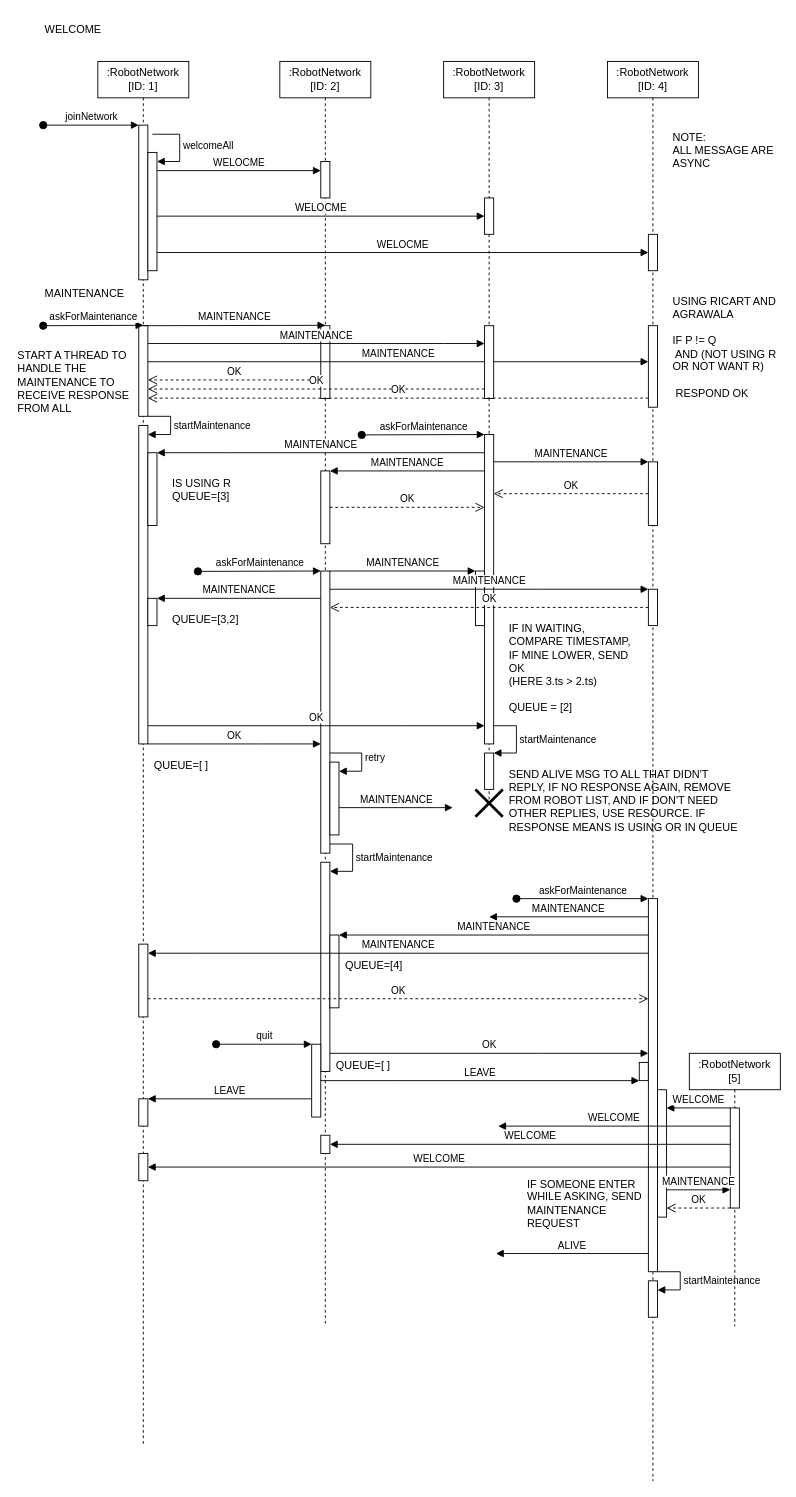
Above: network.drawio in tommasoromano/distributed-systems-project (draw.io), before the change. Source tidied: cells renumbered, new cells numbered last; positions are measured from the earlier drawing's top-left corner, leaving out a move shared by most shapes. Both pictures are drawn from the tidied source at 91%, with x=0, y=0 at pixel (15, 15).
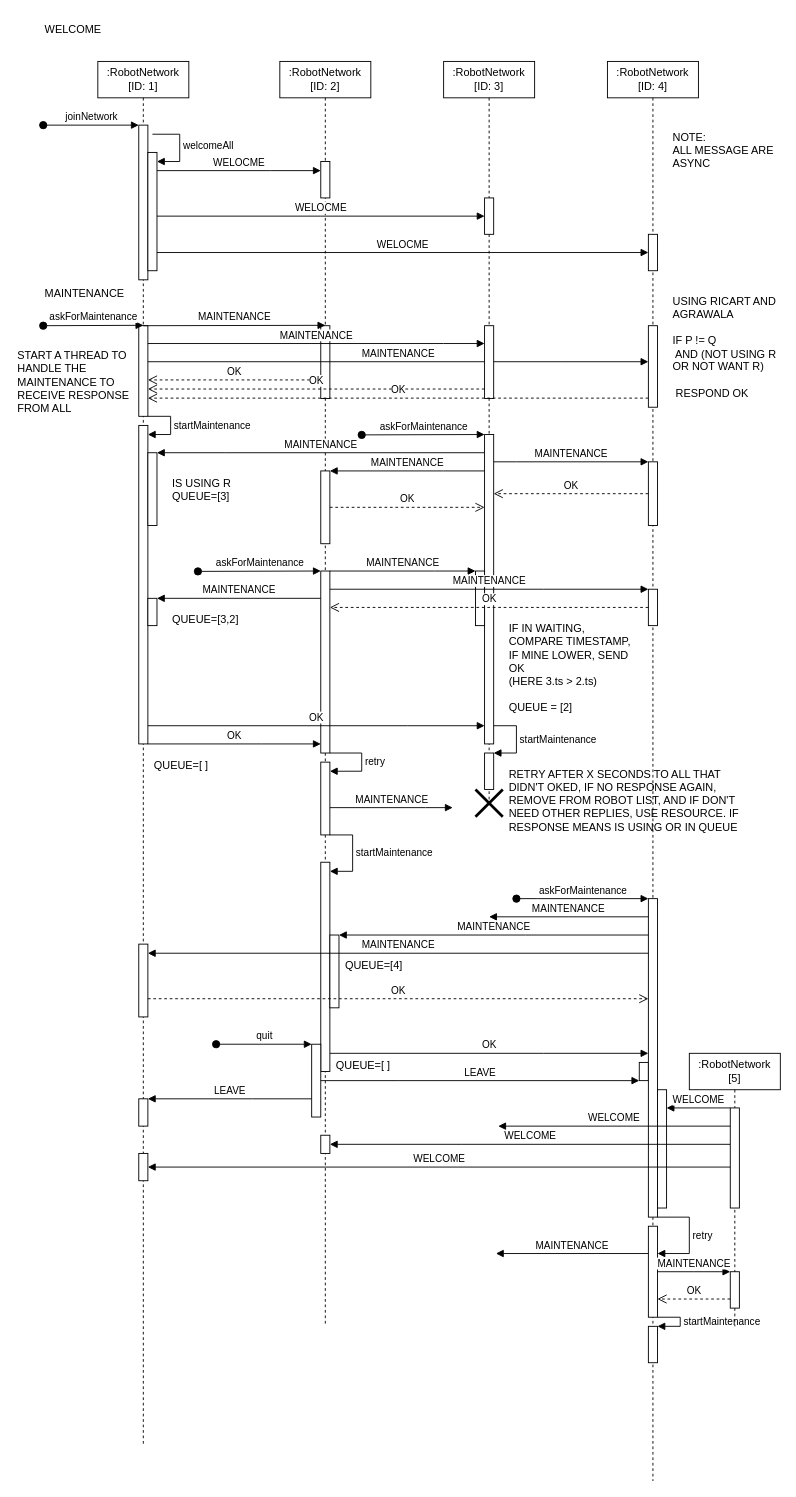
After the change.

Unchanged cells that the change refers to:
```xml
<mxCell id="15" value=":RobotNetwork&lt;br&gt;[ID: 2]" style="shape=umlLifeline;perimeter=lifelinePerimeter;whiteSpace=wrap;html=1;newEdgeStyle={&quot;edgeStyle&quot;:&quot;elbowEdgeStyle&quot;,&quot;elbow&quot;:&quot;vertical&quot;,&quot;curved&quot;:0,&quot;rounded&quot;:0};" parent="1" vertex="1">
  <mxGeometry x="290" y="50" width="100" height="1390" as="geometry" />
</mxCell>
<mxCell id="22" style="html=1;points=[];perimeter=orthogonalPerimeter;outlineConnect=0;targetShapes=umlLifeline;portConstraint=eastwest;newEdgeStyle={&quot;edgeStyle&quot;:&quot;elbowEdgeStyle&quot;,&quot;elbow&quot;:&quot;vertical&quot;,&quot;curved&quot;:0,&quot;rounded&quot;:0};" parent="15" vertex="1">
  <mxGeometry x="45" y="880" width="10" height="230" as="geometry" />
</mxCell>
<mxCell id="27" value=":RobotNetwork&lt;br&gt;[ID: 4]" style="shape=umlLifeline;perimeter=lifelinePerimeter;whiteSpace=wrap;html=1;newEdgeStyle={&quot;edgeStyle&quot;:&quot;elbowEdgeStyle&quot;,&quot;elbow&quot;:&quot;vertical&quot;,&quot;curved&quot;:0,&quot;rounded&quot;:0};" parent="1" vertex="1">
  <mxGeometry x="650" y="50" width="100" height="1560" as="geometry" />
</mxCell>
<mxCell id="89" value=":RobotNetwork&lt;br&gt;[5]" style="shape=umlLifeline;perimeter=lifelinePerimeter;whiteSpace=wrap;html=1;newEdgeStyle={&quot;edgeStyle&quot;:&quot;elbowEdgeStyle&quot;,&quot;elbow&quot;:&quot;vertical&quot;,&quot;curved&quot;:0,&quot;rounded&quot;:0};" parent="1" vertex="1">
  <mxGeometry x="740" y="1140" width="100" height="300" as="geometry" />
</mxCell>
<mxCell id="90" style="html=1;points=[];perimeter=orthogonalPerimeter;outlineConnect=0;targetShapes=umlLifeline;portConstraint=eastwest;newEdgeStyle={&quot;edgeStyle&quot;:&quot;elbowEdgeStyle&quot;,&quot;elbow&quot;:&quot;vertical&quot;,&quot;curved&quot;:0,&quot;rounded&quot;:0};" parent="89" vertex="1">
  <mxGeometry x="45" y="60" width="10" height="110" as="geometry" />
</mxCell>
```

What changed in the source:
```diff
@@
     <mxCell id="19" style="html=1;points=[];perimeter=orthogonalPerimeter;outlineConnect=0;targetShapes=umlLifeline;portConstraint=eastwest;newEdgeStyle={&quot;edgeStyle&quot;:&quot;elbowEdgeStyle&quot;,&quot;elbow&quot;:&quot;vertical&quot;,&quot;curved&quot;:0,&quot;rounded&quot;:0};" parent="15" vertex="1">
-      <mxGeometry x="45" y="560" width="10" height="310" as="geometry" />
+      <mxGeometry x="45" y="560" width="10" height="200" as="geometry" />
     </mxCell>
     <mxCell id="20" style="html=1;points=[];perimeter=orthogonalPerimeter;outlineConnect=0;targetShapes=umlLifeline;portConstraint=eastwest;newEdgeStyle={&quot;edgeStyle&quot;:&quot;elbowEdgeStyle&quot;,&quot;elbow&quot;:&quot;vertical&quot;,&quot;curved&quot;:0,&quot;rounded&quot;:0};" parent="15" vertex="1">
-      <mxGeometry x="55" y="770" width="10" height="80" as="geometry" />
+      <mxGeometry x="45" y="770" width="10" height="80" as="geometry" />
     </mxCell>
@@
-    <mxCell id="23" value="startMaintenance" style="html=1;align=left;spacingLeft=2;endArrow=block;rounded=0;edgeStyle=orthogonalEdgeStyle;curved=0;rounded=0;" parent="15" edge="1" source="19" target="22">
+    <mxCell id="23" value="startMaintenance" style="html=1;align=left;spacingLeft=2;endArrow=block;rounded=0;edgeStyle=orthogonalEdgeStyle;curved=0;rounded=0;" parent="15" edge="1" source="20" target="22">
       <mxGeometry relative="1" as="geometry">
         <Array as="points">
-          <mxPoint x="80" y="860" />
+          <mxPoint x="80" y="850" />
           <mxPoint x="80" y="890" />
         </Array>
       </mxGeometry>
     </mxCell>
@@
     <mxCell id="33" style="html=1;points=[];perimeter=orthogonalPerimeter;outlineConnect=0;targetShapes=umlLifeline;portConstraint=eastwest;newEdgeStyle={&quot;edgeStyle&quot;:&quot;elbowEdgeStyle&quot;,&quot;elbow&quot;:&quot;vertical&quot;,&quot;curved&quot;:0,&quot;rounded&quot;:0};" parent="27" vertex="1">
-      <mxGeometry x="45" y="920" width="10" height="410" as="geometry" />
+      <mxGeometry x="45" y="920" width="10" height="350" as="geometry" />
     </mxCell>
     <mxCell id="34" style="html=1;points=[];perimeter=orthogonalPerimeter;outlineConnect=0;targetShapes=umlLifeline;portConstraint=eastwest;newEdgeStyle={&quot;edgeStyle&quot;:&quot;elbowEdgeStyle&quot;,&quot;elbow&quot;:&quot;vertical&quot;,&quot;curved&quot;:0,&quot;rounded&quot;:0};" parent="27" vertex="1">
-      <mxGeometry x="55" y="1130" width="10" height="140" as="geometry" />
+      <mxGeometry x="55" y="1130" width="10" height="130" as="geometry" />
     </mxCell>
     <mxCell id="35" style="html=1;points=[];perimeter=orthogonalPerimeter;outlineConnect=0;targetShapes=umlLifeline;portConstraint=eastwest;newEdgeStyle={&quot;edgeStyle&quot;:&quot;elbowEdgeStyle&quot;,&quot;elbow&quot;:&quot;vertical&quot;,&quot;curved&quot;:0,&quot;rounded&quot;:0};" parent="27" vertex="1">
-      <mxGeometry x="45" y="1340" width="10" height="40" as="geometry" />
+      <mxGeometry x="45" y="1390" width="10" height="40" as="geometry" />
     </mxCell>
-    <mxCell id="36" value="startMaintenance" style="html=1;align=left;spacingLeft=2;endArrow=block;rounded=0;edgeStyle=orthogonalEdgeStyle;curved=0;rounded=0;" parent="27" edge="1" source="33" target="35">
+    <mxCell id="36" value="startMaintenance" style="html=1;align=left;spacingLeft=2;endArrow=block;rounded=0;edgeStyle=orthogonalEdgeStyle;curved=0;rounded=0;" parent="27" edge="1" source="101" target="35">
       <mxGeometry relative="1" as="geometry">
         <Array as="points">
-          <mxPoint x="80" y="1330" />
-          <mxPoint x="80" y="1350" />
+          <mxPoint x="80" y="1380" />
+          <mxPoint x="80" y="1390" />
         </Array>
       </mxGeometry>
     </mxCell>
+    <mxCell id="100" value="retry" style="html=1;align=left;spacingLeft=2;endArrow=block;rounded=0;edgeStyle=orthogonalEdgeStyle;curved=0;rounded=0;" parent="27" edge="1" source="33" target="101">
+      <mxGeometry relative="1" as="geometry">
+        <Array as="points">
+          <mxPoint x="90" y="1270" />
+          <mxPoint x="90" y="1310" />
+        </Array>
+      </mxGeometry>
+    </mxCell>
+    <mxCell id="101" style="html=1;points=[];perimeter=orthogonalPerimeter;outlineConnect=0;targetShapes=umlLifeline;portConstraint=eastwest;newEdgeStyle={&quot;edgeStyle&quot;:&quot;elbowEdgeStyle&quot;,&quot;elbow&quot;:&quot;vertical&quot;,&quot;curved&quot;:0,&quot;rounded&quot;:0};" parent="27" vertex="1">
+      <mxGeometry x="45" y="1280" width="10" height="100" as="geometry" />
+    </mxCell>
@@
-    <mxCell id="76" value="SEND ALIVE MSG TO ALL THAT DIDN'T REPLY, IF NO RESPONSE AGAIN, REMOVE FROM ROBOT LIST, AND IF DON'T NEED OTHER REPLIES, USE RESOURCE. IF RESPONSE MEANS IS USING OR IN QUEUE" style="text;html=1;strokeColor=none;fillColor=none;align=left;verticalAlign=top;whiteSpace=wrap;rounded=0;" parent="1" vertex="1">
+    <mxCell id="76" value="RETRY AFTER X SECONDS TO ALL THAT DIDN'T OKED, IF NO RESPONSE AGAIN, REMOVE FROM ROBOT LIST, AND IF DON'T NEED OTHER REPLIES, USE RESOURCE. IF RESPONSE MEANS IS USING OR IN QUEUE" style="text;html=1;strokeColor=none;fillColor=none;align=left;verticalAlign=top;whiteSpace=wrap;rounded=0;" parent="1" vertex="1">
       <mxGeometry x="540" y="820" width="260" height="90" as="geometry" />
     </mxCell>
@@
+    <mxCell id="102" style="html=1;points=[];perimeter=orthogonalPerimeter;outlineConnect=0;targetShapes=umlLifeline;portConstraint=eastwest;newEdgeStyle={&quot;edgeStyle&quot;:&quot;elbowEdgeStyle&quot;,&quot;elbow&quot;:&quot;vertical&quot;,&quot;curved&quot;:0,&quot;rounded&quot;:0};" parent="89" vertex="1">
+      <mxGeometry x="45" y="240" width="10" height="40" as="geometry" />
+    </mxCell>
-    <mxCell id="91" value="ALIVE" style="html=1;verticalAlign=bottom;endArrow=block;edgeStyle=elbowEdgeStyle;elbow=vertical;curved=0;rounded=0;" parent="1" edge="1" source="33">
+    <mxCell id="91" value="MAINTENANCE" style="html=1;verticalAlign=bottom;endArrow=block;edgeStyle=elbowEdgeStyle;elbow=vertical;curved=0;rounded=0;" parent="1" edge="1" source="101">
       <mxGeometry relative="1" as="geometry">
         <mxPoint x="527.5" y="1360" as="targetPoint" />
         <Array as="points">
           <mxPoint x="637.5" y="1360" />
           <mxPoint x="557.5" y="1350" />
         </Array>
       </mxGeometry>
     </mxCell>
@@
-    <mxCell id="96" value="IF SOMEONE ENTER WHILE ASKING, SEND MAINTENANCE REQUEST" style="text;html=1;strokeColor=none;fillColor=none;align=left;verticalAlign=top;whiteSpace=wrap;rounded=0;" parent="1" vertex="1">
-      <mxGeometry x="560" y="1270" width="150" height="90" as="geometry" />
-    </mxCell>
+    <mxCell id="99" value="QUEUE=[ ]" style="text;html=1;strokeColor=none;fillColor=none;align=left;verticalAlign=top;whiteSpace=wrap;rounded=0;" parent="1" vertex="1">
+      <mxGeometry x="350" y="1140" width="140" height="30" as="geometry" />
+    </mxCell>
-    <mxCell id="97" value="MAINTENANCE" style="html=1;verticalAlign=bottom;endArrow=block;edgeStyle=elbowEdgeStyle;elbow=vertical;curved=0;rounded=0;" parent="1" edge="1" source="34" target="90">
+    <mxCell id="97" value="MAINTENANCE" style="html=1;verticalAlign=bottom;endArrow=block;edgeStyle=elbowEdgeStyle;elbow=vertical;curved=0;rounded=0;" parent="1" edge="1" source="101" target="102">
       <mxGeometry relative="1" as="geometry">
         <Array as="points">
-          <mxPoint x="760" y="1290" />
+          <mxPoint x="745" y="1380" />
         </Array>
       </mxGeometry>
     </mxCell>
-    <mxCell id="98" value="OK" style="html=1;verticalAlign=bottom;endArrow=open;dashed=1;endSize=8;edgeStyle=elbowEdgeStyle;elbow=vertical;curved=0;rounded=0;" parent="1" edge="1" source="90" target="34">
+    <mxCell id="98" value="OK" style="html=1;verticalAlign=bottom;endArrow=open;dashed=1;endSize=8;edgeStyle=elbowEdgeStyle;elbow=horizontal;curved=0;rounded=0;" parent="1" edge="1" source="102" target="101">
       <mxGeometry relative="1" as="geometry">
         <Array as="points">
-          <mxPoint x="770" y="1310" />
+          <mxPoint x="745" y="1410" />
         </Array>
       </mxGeometry>
     </mxCell>
-    <mxCell id="99" value="QUEUE=[ ]" style="text;html=1;strokeColor=none;fillColor=none;align=left;verticalAlign=top;whiteSpace=wrap;rounded=0;" parent="1" vertex="1">
-      <mxGeometry x="350" y="1140" width="140" height="30" as="geometry" />
-    </mxCell>
```
